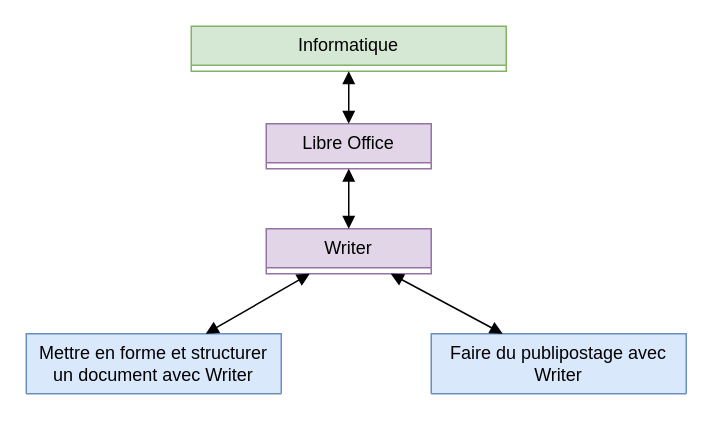
Before: Writer simplifie.drawio in jean-seb-2106/pythontest, a draw.io diagram. Source tidied: cells renumbered, new cells numbered last; positions are measured from the earlier drawing's top-left corner, leaving out a move shared by most shapes. Both pictures are drawn from the tidied source at 150%, with x=0, y=0 at pixel (26, 26).
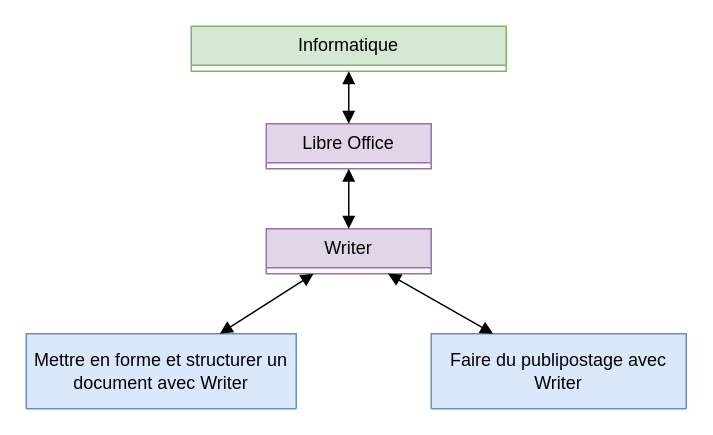
The same page after the edit.

Commit message:
Mettre à jour Writer simplifie.drawio

The edit, as a diff of the source:
```diff
@@
 <mxGraphModel>
   <root>
     <mxCell id="0" />
     <mxCell id="1" parent="0" />
     <mxCell id="2" value="Writer" style="swimlane;fontStyle=0;horizontal=1;startSize=26;fillColor=#e1d5e7;whiteSpace=wrap;html=1;strokeColor=#9673a6;" parent="1" vertex="1" collapsed="1">
       <mxGeometry x="160" y="135" width="110" height="30" as="geometry" />
     </mxCell>
     <mxCell id="3" value="Informatique" style="swimlane;fontStyle=0;horizontal=1;startSize=26;fillColor=#d5e8d4;whiteSpace=wrap;html=1;strokeColor=#82b366;" parent="1" vertex="1" collapsed="1">
       <mxGeometry x="110" width="210" height="30" as="geometry" />
     </mxCell>
-    <mxCell id="4" value="Mettre en forme et structurer un document avec Writer" style="swimlane;fontStyle=0;horizontal=1;startSize=40;fillColor=#dae8fc;whiteSpace=wrap;html=1;strokeColor=#6c8ebf;" parent="1" vertex="1" collapsed="1">
-      <mxGeometry y="205" width="170" height="40" as="geometry" />
+    <mxCell id="4" value="Mettre en forme et structurer un document avec Writer" style="swimlane;fontStyle=0;horizontal=1;startSize=50;fillColor=#dae8fc;whiteSpace=wrap;html=1;strokeColor=#6c8ebf;" parent="1" vertex="1" collapsed="1">
+      <mxGeometry y="205" width="180" height="50" as="geometry" />
     </mxCell>
     <mxCell id="5" style="endArrow=block;startArrow=block;endFill=1;startFill=1;html=1;rounded=0;" parent="1" edge="1" source="2" target="4">
       <mxGeometry relative="1" as="geometry" />
     </mxCell>
-    <mxCell id="6" value="Faire du publipostage avec Writer" style="swimlane;fontStyle=0;horizontal=1;startSize=40;fillColor=#dae8fc;whiteSpace=wrap;html=1;strokeColor=#6c8ebf;" parent="1" vertex="1" collapsed="1">
-      <mxGeometry x="270" y="205" width="170" height="40" as="geometry" />
+    <mxCell id="6" value="Faire du publipostage avec Writer" style="swimlane;fontStyle=0;horizontal=1;startSize=50;fillColor=#dae8fc;whiteSpace=wrap;html=1;strokeColor=#6c8ebf;" parent="1" vertex="1" collapsed="1">
+      <mxGeometry x="270" y="205" width="170" height="50" as="geometry" />
     </mxCell>
     <mxCell id="7" style="endArrow=block;startArrow=block;endFill=1;startFill=1;html=1;rounded=0;" parent="1" edge="1" source="2" target="6">
       <mxGeometry relative="1" as="geometry" />
     </mxCell>
     <mxCell id="8" value="Libre Office" style="swimlane;fontStyle=0;horizontal=1;startSize=26;fillColor=#e1d5e7;whiteSpace=wrap;html=1;strokeColor=#9673a6;" parent="1" vertex="1" collapsed="1">
       <mxGeometry x="160" y="65" width="110" height="30" as="geometry" />
     </mxCell>
     <mxCell id="9" style="endArrow=block;startArrow=block;endFill=1;startFill=1;html=1;rounded=0;" parent="1" edge="1" source="3" target="8">
       <mxGeometry relative="1" as="geometry" />
     </mxCell>
     <mxCell id="10" style="endArrow=block;startArrow=block;endFill=1;startFill=1;html=1;rounded=0;" parent="1" edge="1" source="8" target="2">
       <mxGeometry relative="1" as="geometry" />
     </mxCell>
   </root>
 </mxGraphModel>
```
